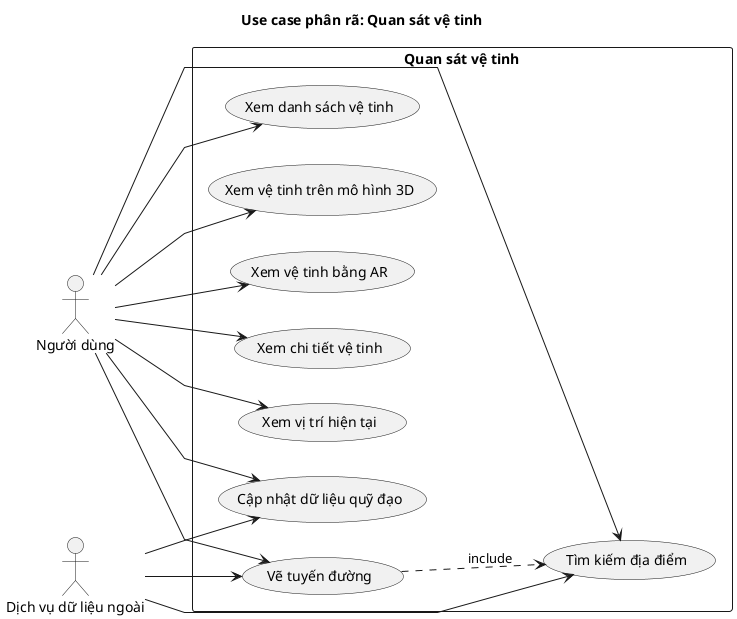
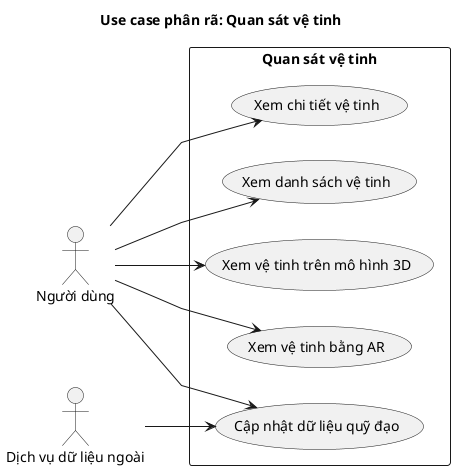
@startuml usecase_quan_sat_ve_tinh
skinparam defaultFontName "Times New Roman"
skinparam linetype polyline
left to right direction
title Use case phân rã: Quan sát vệ tinh

actor "Người dùng" as User
actor "Dịch vụ dữ liệu ngoài" as Ext

rectangle "Quan sát vệ tinh" {
-   usecase "Xem vị trí hiện tại" as U1
-   usecase "Tìm kiếm địa điểm" as U2
-   usecase "Vẽ tuyến đường" as U3
-   usecase "Xem danh sách vệ tinh" as U4
-   usecase "Xem vệ tinh trên mô hình 3D" as U5
-   usecase "Xem vệ tinh bằng AR" as U6
-   usecase "Cập nhật dữ liệu quỹ đạo" as U7
-   usecase "Xem chi tiết vệ tinh" as U8
+   usecase "Xem danh sách vệ tinh" as U1
+   usecase "Xem vệ tinh trên mô hình 3D" as U2
+   usecase "Xem vệ tinh bằng AR" as U3
+   usecase "Cập nhật dữ liệu quỹ đạo" as U4
+   usecase "Xem chi tiết vệ tinh" as U5
}

User --> U1
User --> U2
User --> U3
User --> U4
User --> U5
- User --> U6
- User --> U7
- User --> U8
- 
- U3 ..> U2 : include
- Ext --> U2
- Ext --> U3
- Ext --> U7
+ Ext --> U4
@enduml
